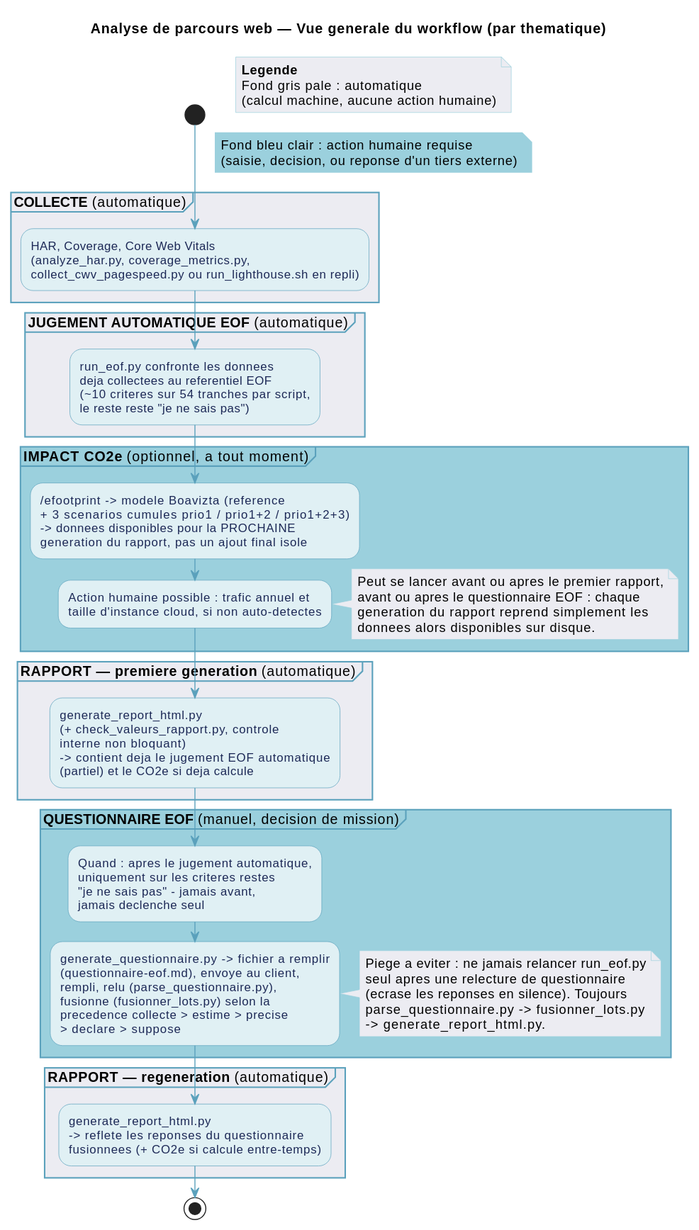
Earlier version of the PlantUML export documentation/diagrammes/analyse-parcours-vue-generale.svg (Boavizta/eroom).
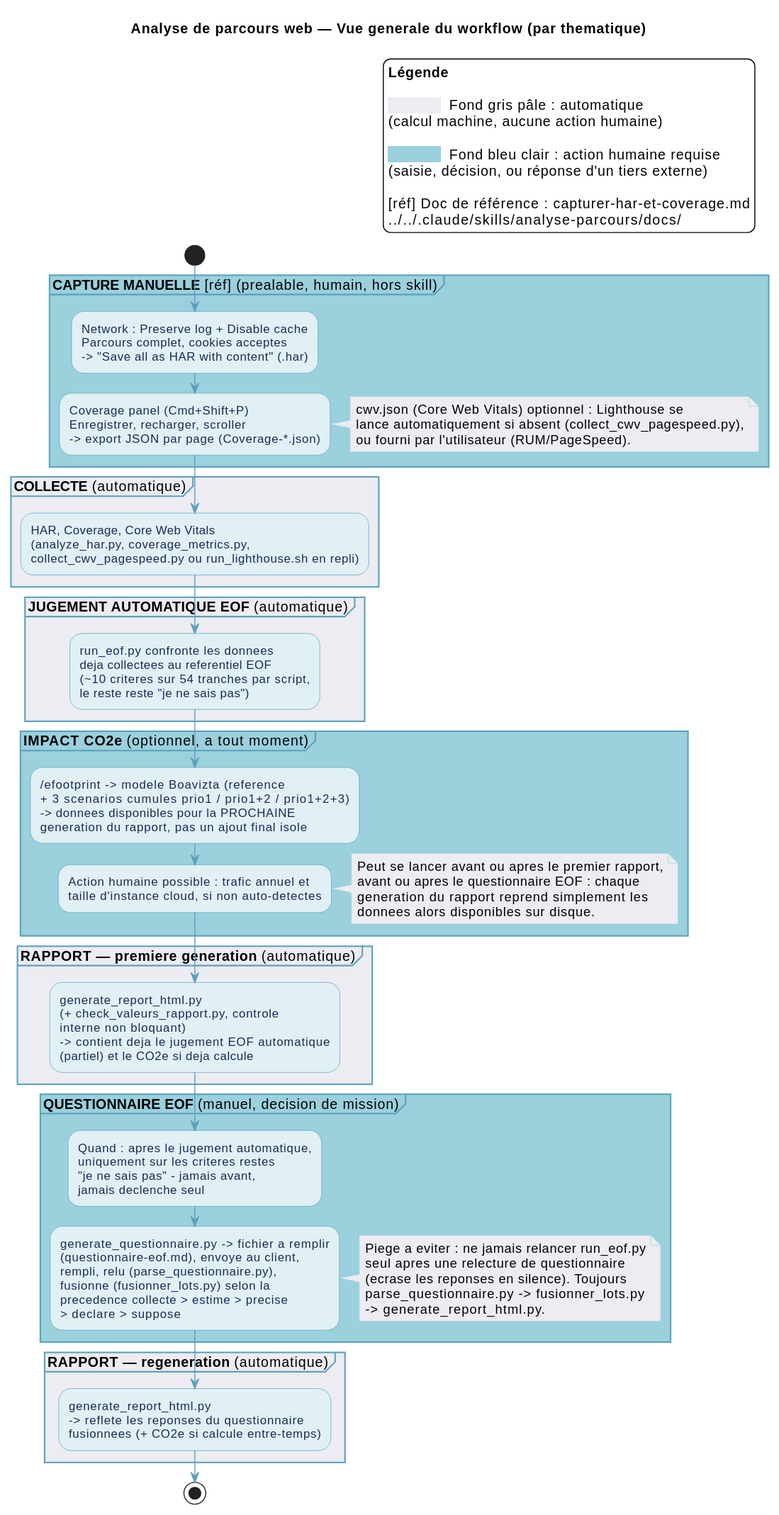
Above is the later version.

Commit message:
feat(diagrammes): ajoute l'étape de capture manuelle et compacte la vue générale

What changed in the source:
```diff
@@ -15,18 +15,38 @@
 skinparam NoteBorderColor #9BD0DD
 skinparam PartitionBackgroundColor #ECECF2
 skinparam PartitionBorderColor #5BA1BC
+skinparam LegendBackgroundColor #FFFFFF
+skinparam LegendBorderColor #000000
+skinparam LegendFontSize 14
 
 start
 
+legend top right
+  **Légende**
+
+  <back:#ECECF2><color:#ECECF2>XXXXXX</color></back>  Fond gris pâle : automatique
+  (calcul machine, aucune action humaine)
+
+  <back:#9BD0DD><color:#9BD0DD>XXXXXX</color></back>  Fond bleu clair : action humaine requise
+  (saisie, décision, ou réponse d'un tiers externe)
+
+  [réf] Doc de référence : capturer-har-et-coverage.md
+  ../../.claude/skills/analyse-parcours/docs/
+endlegend
+
+partition "**CAPTURE MANUELLE** [réf] (prealable, humain, hors skill)" #9BD0DD {
+  :Network : Preserve log + Disable cache
+  Parcours complet, cookies acceptes
+  -> "Save all as HAR with content" (.har);
+  :Coverage panel (Cmd+Shift+P)
+  Enregistrer, recharger, scroller
+  -> export JSON par page (Coverage-*.json);
+}
+
 note right #ECECF2
-  **Legende**
-  Fond gris pale : automatique
-  (calcul machine, aucune action humaine)
-end note
-
-note right #9BD0DD
-  Fond bleu clair : action humaine requise
-  (saisie, decision, ou reponse d'un tiers externe)
+  cwv.json (Core Web Vitals) optionnel : Lighthouse se
+  lance automatiquement si absent (collect_cwv_pagespeed.py),
+  ou fourni par l'utilisateur (RUM/PageSpeed).
 end note
 
 partition "**COLLECTE** (automatique)" {
```
